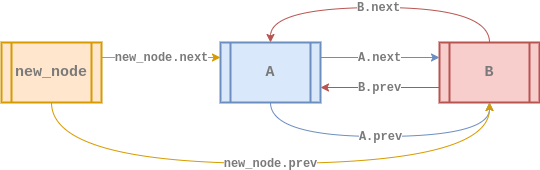
Before: assets/images/data-structure/linked-list/cll-doubly-insert_at3.png, a diagram exported from draw.io (rolemadelen/euisblue.github.io). Source tidied: cells renumbered, new cells last; positions are measured from the earlier drawing's top-left corner, leaving out a move shared by most shapes.
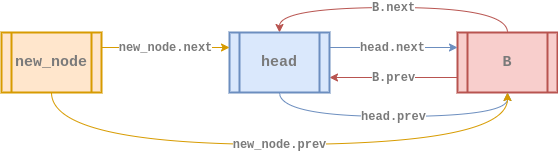
Later version of the same file.

Commit message:
circular list insert_at img fixed

The edit, as a diff of the source:
```diff
@@ -2,51 +2,46 @@
   <root>
     <mxCell id="0" />
     <mxCell id="1" parent="0" />
-    <mxCell id="2" value="&lt;b style=&quot;color: rgb(122 , 122 , 122) ; font-family: &amp;#34;courier new&amp;#34;&quot;&gt;&lt;font style=&quot;font-size: 12px&quot;&gt;B.prev&lt;/font&gt;&lt;/b&gt;" style="rounded=0;jettySize=auto;html=1;exitX=0;exitY=0.75;exitDx=0;exitDy=0;entryX=1;entryY=0.75;entryDx=0;entryDy=0;strokeColor=#b85450;strokeWidth=1;fillColor=#f8cecc;" parent="1" edge="1" source="3" target="5">
+    <mxCell id="2" value="&lt;b style=&quot;color: rgb(0 , 0 , 0) ; font-size: 11px ; font-style: normal ; letter-spacing: normal ; text-align: center ; text-indent: 0px ; text-transform: none ; word-spacing: 0px ; font-family: &amp;#34;courier new&amp;#34;&quot;&gt;&lt;font color=&quot;#7a7a7a&quot; style=&quot;font-size: 12px&quot;&gt;B.prev&lt;/font&gt;&lt;/b&gt;" style="edgeStyle=none;rounded=0;sketch=0;jettySize=auto;html=1;exitX=0;exitY=0.75;exitDx=0;exitDy=0;entryX=1;entryY=0.75;entryDx=0;entryDy=0;strokeColor=#b85450;strokeWidth=1;fillColor=#f8cecc;" parent="1" edge="1" source="4" target="7">
       <mxGeometry relative="1" as="geometry" />
     </mxCell>
-    <mxCell id="3" value="&lt;b&gt;&lt;font style=&quot;font-size: 15px&quot; face=&quot;Courier New&quot; color=&quot;#7a7a7a&quot;&gt;B&lt;/font&gt;&lt;/b&gt;" style="shape=process;whiteSpace=wrap;html=1;backgroundOutline=1;fillColor=#f8cecc;strokeColor=#b85450;gradientDirection=east;strokeWidth=2;shadow=0;glass=0;sketch=0;" parent="1" vertex="1">
-      <mxGeometry x="438" y="35" width="100" height="60" as="geometry" />
+    <mxCell id="3" value="&lt;b style=&quot;color: rgb(0 , 0 , 0) ; font-size: 11px ; font-style: normal ; letter-spacing: normal ; text-align: center ; text-indent: 0px ; text-transform: none ; word-spacing: 0px ; font-family: &amp;#34;courier new&amp;#34;&quot;&gt;&lt;font color=&quot;#7a7a7a&quot; style=&quot;font-size: 12px&quot;&gt;B.next&lt;/font&gt;&lt;/b&gt;" style="edgeStyle=orthogonalEdgeStyle;rounded=0;jettySize=auto;html=1;exitX=0.5;exitY=0;exitDx=0;exitDy=0;entryX=0.5;entryY=0;entryDx=0;entryDy=0;fillColor=#f8cecc;strokeColor=#b85450;curved=1;" parent="1" edge="1" source="4" target="7">
+      <mxGeometry relative="1" as="geometry">
+        <Array as="points">
+          <mxPoint x="506" y="10" />
+          <mxPoint x="278" y="10" />
+        </Array>
+      </mxGeometry>
     </mxCell>
-    <mxCell id="4" value="&lt;b style=&quot;font-size: 11px ; font-style: normal ; letter-spacing: normal ; text-align: center ; text-indent: 0px ; text-transform: none ; word-spacing: 0px ; font-family: &amp;#34;courier new&amp;#34;&quot;&gt;&lt;font style=&quot;font-size: 12px&quot; color=&quot;#7a7a7a&quot;&gt;A.next&lt;/font&gt;&lt;/b&gt;" style="edgeStyle=orthogonalEdgeStyle;curved=1;rounded=0;sketch=0;jettySize=auto;html=1;exitX=1;exitY=0.25;exitDx=0;exitDy=0;entryX=0;entryY=0.25;entryDx=0;entryDy=0;strokeColor=#6c8ebf;strokeWidth=1;fillColor=#dae8fc;" parent="1" edge="1" source="5" target="3">
-      <mxGeometry x="-0.01" relative="1" as="geometry">
-        <Array as="points">
-          <mxPoint x="378" y="50" />
-          <mxPoint x="378" y="50" />
-        </Array>
-      </mxGeometry>
+    <mxCell id="4" value="&lt;b&gt;&lt;font style=&quot;font-size: 15px ; font-style: normal&quot; face=&quot;Courier New&quot; color=&quot;#7a7a7a&quot;&gt;B&lt;/font&gt;&lt;/b&gt;" style="shape=process;whiteSpace=wrap;html=1;backgroundOutline=1;fillColor=#f8cecc;strokeColor=#b85450;gradientDirection=east;strokeWidth=2;shadow=0;glass=0;sketch=0;fontStyle=2;" parent="1" vertex="1">
+      <mxGeometry x="456" y="35" width="100" height="60" as="geometry" />
     </mxCell>
-    <mxCell id="5" value="&lt;div&gt;&lt;font color=&quot;#7a7a7a&quot; face=&quot;courier new&quot; style=&quot;font-size: 15px&quot;&gt;A&lt;/font&gt;&lt;/div&gt;" style="shape=process;whiteSpace=wrap;html=1;backgroundOutline=1;fillColor=#dae8fc;strokeColor=#6c8ebf;gradientDirection=east;strokeWidth=2;shadow=0;glass=0;align=center;sketch=0;fontStyle=1;" parent="1" vertex="1">
-      <mxGeometry x="219" y="35" width="100" height="60" as="geometry" />
+    <mxCell id="5" value="&lt;b style=&quot;font-size: 11px ; letter-spacing: normal ; text-align: center ; text-indent: 0px ; text-transform: none ; word-spacing: 0px ; font-family: &amp;#34;courier new&amp;#34;&quot;&gt;&lt;font style=&quot;font-size: 12px&quot; color=&quot;#7a7a7a&quot;&gt;head.next&lt;/font&gt;&lt;/b&gt;" style="rounded=0;sketch=0;jettySize=auto;html=1;exitX=1;exitY=0.25;exitDx=0;exitDy=0;entryX=0;entryY=0.25;entryDx=0;entryDy=0;strokeColor=#6c8ebf;strokeWidth=1;fillColor=#dae8fc;fontStyle=0;" parent="1" edge="1" source="7" target="4">
+      <mxGeometry x="-0.01" relative="1" as="geometry" />
     </mxCell>
-    <mxCell id="6" value="&lt;font face=&quot;Courier New&quot; color=&quot;#7a7a7a&quot; size=&quot;1&quot;&gt;&lt;b style=&quot;font-size: 12px&quot;&gt;B.next&lt;/b&gt;&lt;/font&gt;" style="rounded=0;jettySize=auto;html=1;exitX=0.5;exitY=0;exitDx=0;exitDy=0;endArrow=classic;endFill=1;strokeColor=#b85450;strokeWidth=1;entryX=0.5;entryY=0;entryDx=0;entryDy=0;fillColor=#f8cecc;edgeStyle=orthogonalEdgeStyle;curved=1;" parent="1" edge="1" source="3" target="5">
-      <mxGeometry x="0.01" relative="1" as="geometry">
+    <mxCell id="6" value="&lt;b style=&quot;color: rgb(0 , 0 , 0) ; font-size: 11px ; font-style: normal ; letter-spacing: normal ; text-align: center ; text-indent: 0px ; text-transform: none ; word-spacing: 0px ; font-family: &amp;#34;courier new&amp;#34;&quot;&gt;&lt;font color=&quot;#7a7a7a&quot; style=&quot;font-size: 12px&quot;&gt;head.prev&lt;/font&gt;&lt;/b&gt;" style="edgeStyle=orthogonalEdgeStyle;curved=1;rounded=0;jettySize=auto;html=1;exitX=0.5;exitY=1;exitDx=0;exitDy=0;entryX=0.5;entryY=1;entryDx=0;entryDy=0;fillColor=#dae8fc;strokeColor=#6c8ebf;" parent="1" edge="1" source="7" target="4">
+      <mxGeometry relative="1" as="geometry">
         <Array as="points">
-          <mxPoint x="488" />
-          <mxPoint x="269" />
+          <mxPoint x="278" y="119" />
+          <mxPoint x="506" y="119" />
         </Array>
       </mxGeometry>
     </mxCell>
-    <mxCell id="7" value="&lt;b style=&quot;font-size: 11px ; font-style: normal ; letter-spacing: normal ; text-align: center ; text-indent: 0px ; text-transform: none ; word-spacing: 0px ; font-family: &amp;#34;courier new&amp;#34;&quot;&gt;&lt;font style=&quot;font-size: 12px&quot; color=&quot;#7a7a7a&quot;&gt;A.prev&lt;/font&gt;&lt;/b&gt;" style="edgeStyle=orthogonalEdgeStyle;curved=1;rounded=0;sketch=0;jettySize=auto;html=1;exitX=0.5;exitY=1;exitDx=0;exitDy=0;entryX=0.5;entryY=1;entryDx=0;entryDy=0;strokeWidth=1;strokeColor=#6c8ebf;fillColor=#dae8fc;" parent="1" edge="1" source="5" target="3">
-      <mxGeometry relative="1" as="geometry">
-        <Array as="points">
-          <mxPoint x="269" y="129" />
-          <mxPoint x="488" y="129" />
-        </Array>
-      </mxGeometry>
+    <mxCell id="7" value="&lt;div&gt;&lt;font color=&quot;#7a7a7a&quot; face=&quot;courier new&quot; style=&quot;font-size: 15px&quot;&gt;head&lt;/font&gt;&lt;/div&gt;" style="shape=process;whiteSpace=wrap;html=1;backgroundOutline=1;fillColor=#dae8fc;strokeColor=#6c8ebf;gradientDirection=east;strokeWidth=2;shadow=0;glass=0;align=center;sketch=0;fontStyle=1;" parent="1" vertex="1">
+      <mxGeometry x="228" y="35" width="100" height="60" as="geometry" />
     </mxCell>
-    <mxCell id="8" value="&lt;b style=&quot;color: rgb(122 , 122 , 122) ; font-family: &amp;#34;courier new&amp;#34; ; font-style: normal ; letter-spacing: normal ; text-align: center ; text-indent: 0px ; text-transform: none ; word-spacing: 0px ; background-color: rgb(255 , 255 , 255) ; font-size: 12px&quot;&gt;new_node.next&lt;/b&gt;" style="edgeStyle=orthogonalEdgeStyle;curved=1;rounded=0;sketch=0;jettySize=auto;html=1;exitX=1;exitY=0.25;exitDx=0;exitDy=0;entryX=0;entryY=0.25;entryDx=0;entryDy=0;strokeColor=#d79b00;strokeWidth=1;fillColor=#ffe6cc;" parent="1" edge="1" source="10" target="5">
+    <mxCell id="8" value="&lt;font color=&quot;#7a7a7a&quot; face=&quot;courier new&quot;&gt;&lt;span style=&quot;font-size: 12px&quot;&gt;&lt;b&gt;new_node.next&lt;/b&gt;&lt;/span&gt;&lt;/font&gt;" style="edgeStyle=orthogonalEdgeStyle;curved=1;rounded=0;jettySize=auto;html=1;exitX=1;exitY=0.25;exitDx=0;exitDy=0;entryX=0;entryY=0.25;entryDx=0;entryDy=0;fillColor=#ffe6cc;strokeColor=#d79b00;" parent="1" edge="1" source="10" target="7">
       <mxGeometry relative="1" as="geometry" />
     </mxCell>
-    <mxCell id="9" value="&lt;b style=&quot;color: rgb(122 , 122 , 122) ; font-family: &amp;#34;courier new&amp;#34; ; font-style: normal ; letter-spacing: normal ; text-align: center ; text-indent: 0px ; text-transform: none ; word-spacing: 0px ; background-color: rgb(255 , 255 , 255) ; font-size: 12px&quot;&gt;new_node.prev&lt;/b&gt;" style="edgeStyle=orthogonalEdgeStyle;curved=1;rounded=0;sketch=0;jettySize=auto;html=1;exitX=0.5;exitY=1;exitDx=0;exitDy=0;entryX=0.5;entryY=1;entryDx=0;entryDy=0;strokeColor=#d79b00;strokeWidth=1;fillColor=#ffe6cc;" parent="1" edge="1" source="10" target="3">
+    <mxCell id="9" value="&lt;b style=&quot;color: rgb(0 , 0 , 0) ; font-size: 11px ; font-style: normal ; letter-spacing: normal ; text-align: center ; text-indent: 0px ; text-transform: none ; word-spacing: 0px ; font-family: &amp;#34;courier new&amp;#34;&quot;&gt;&lt;font color=&quot;#7a7a7a&quot; style=&quot;font-size: 12px&quot;&gt;new_node.prev&lt;/font&gt;&lt;/b&gt;" style="edgeStyle=orthogonalEdgeStyle;curved=1;rounded=0;jettySize=auto;html=1;exitX=0.5;exitY=1;exitDx=0;exitDy=0;entryX=0.5;entryY=1;entryDx=0;entryDy=0;fillColor=#ffe6cc;strokeColor=#d79b00;" parent="1" edge="1" source="10" target="4">
       <mxGeometry relative="1" as="geometry">
         <Array as="points">
-          <mxPoint x="50" y="156" />
-          <mxPoint x="488" y="156" />
+          <mxPoint x="50" y="147" />
+          <mxPoint x="506" y="147" />
         </Array>
       </mxGeometry>
     </mxCell>
-    <mxCell id="10" value="&lt;div&gt;&lt;font color=&quot;#7a7a7a&quot; face=&quot;courier new&quot; size=&quot;1&quot;&gt;&lt;b style=&quot;font-size: 15px&quot;&gt;new_node&lt;/b&gt;&lt;/font&gt;&lt;/div&gt;" style="shape=process;whiteSpace=wrap;html=1;backgroundOutline=1;fillColor=#ffe6cc;strokeColor=#d79b00;gradientDirection=east;strokeWidth=2;shadow=0;glass=0;align=center;sketch=0;" parent="1" vertex="1">
+    <mxCell id="10" value="&lt;div&gt;&lt;font color=&quot;#7a7a7a&quot; face=&quot;courier new&quot; style=&quot;font-size: 15px&quot;&gt;new_node&lt;/font&gt;&lt;/div&gt;" style="shape=process;whiteSpace=wrap;html=1;backgroundOutline=1;fillColor=#ffe6cc;strokeColor=#d79b00;gradientDirection=east;strokeWidth=2;shadow=0;glass=0;align=center;sketch=0;fontStyle=1;" parent="1" vertex="1">
       <mxGeometry y="35" width="100" height="60" as="geometry" />
     </mxCell>
   </root>
```
